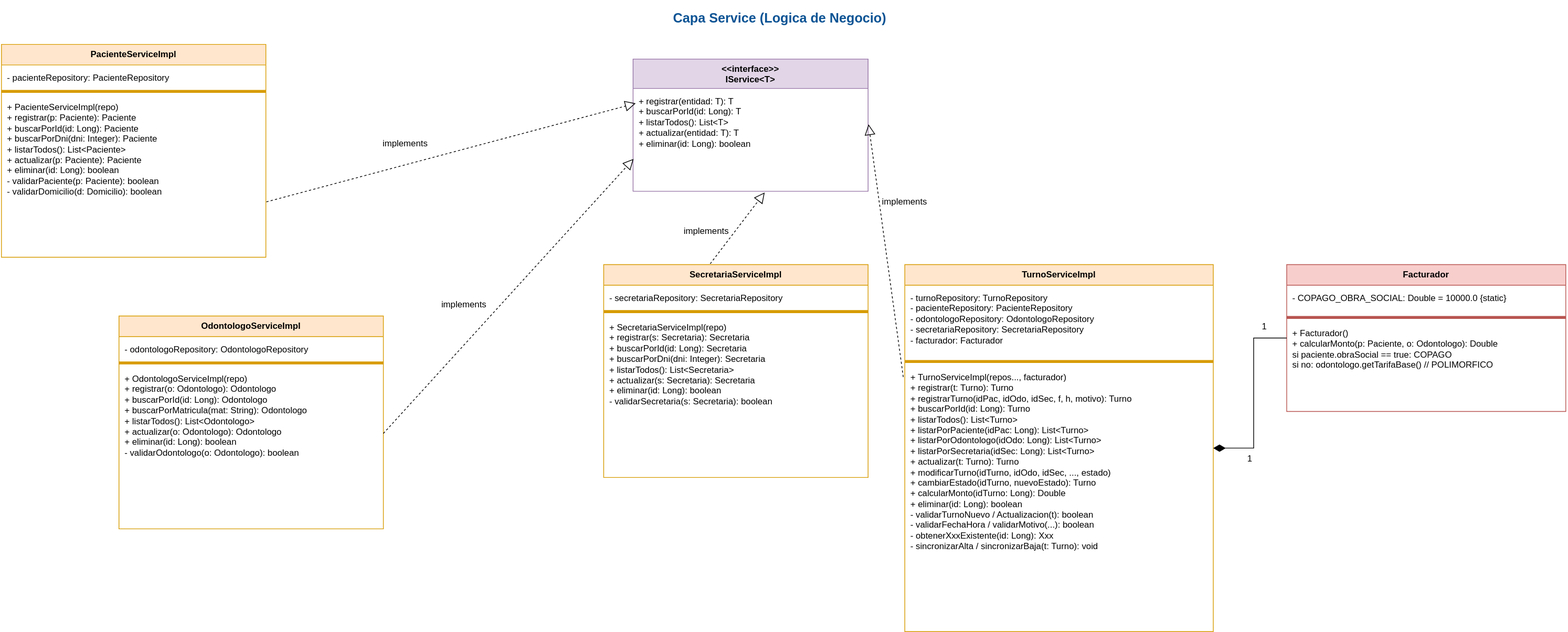
This is uml_Service.drawio.svg from bautista00/Proyecto_ClinicaOdontologica, a draw.io export, as it was before one commit. Source tidied: cells renumbered, new cells last; positions are measured from the earlier drawing's top-left corner, leaving out a move shared by most shapes.
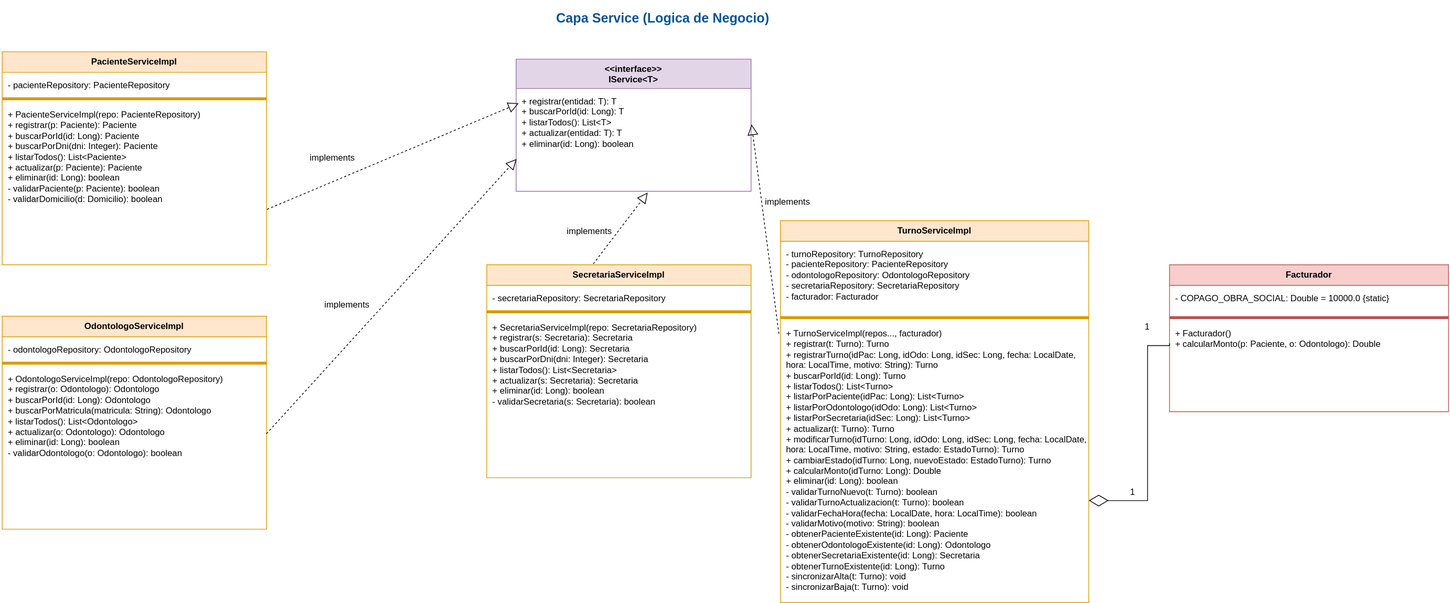
Above is the later version.

What changed in the source:
```diff
@@ -12,7 +12,7 @@
       <mxGeometry y="40" width="320" height="140" as="geometry" />
     </mxCell>
     <mxCell id="5" value="PacienteServiceImpl" style="swimlane;fontStyle=1;align=center;verticalAlign=top;horizontal=1;startSize=28;horizontalStackLayout=0;fillColor=#ffe6cc;strokeColor=#d79b00;" parent="1" vertex="1">
-      <mxGeometry y="60" width="360" height="290" as="geometry" />
+      <mxGeometry x="160" y="70" width="360" height="290" as="geometry" />
     </mxCell>
     <mxCell id="6" value="- pacienteRepository: PacienteRepository" style="text;strokeColor=none;fillColor=none;align=left;verticalAlign=top;spacingLeft=6;spacingTop=4;whiteSpace=wrap;" parent="5" vertex="1">
       <mxGeometry y="28" width="360" height="32" as="geometry" />
@@ -20,7 +20,7 @@
     <mxCell id="7" style="line;strokeColor=#d79b00;" parent="5" vertex="1">
       <mxGeometry y="60" width="360" height="8" as="geometry" />
     </mxCell>
-    <mxCell id="8" value="+ PacienteServiceImpl(repo)&#10;+ registrar(p: Paciente): Paciente&#10;+ buscarPorId(id: Long): Paciente&#10;+ buscarPorDni(dni: Integer): Paciente&#10;+ listarTodos(): List&lt;Paciente&gt;&#10;+ actualizar(p: Paciente): Paciente&#10;+ eliminar(id: Long): boolean&#10;- validarPaciente(p: Paciente): boolean&#10;- validarDomicilio(d: Domicilio): boolean" style="text;strokeColor=none;fillColor=none;align=left;verticalAlign=top;spacingLeft=6;spacingTop=4;whiteSpace=wrap;" parent="5" vertex="1">
+    <mxCell id="8" value="+ PacienteServiceImpl(repo: PacienteRepository)&#10;+ registrar(p: Paciente): Paciente&#10;+ buscarPorId(id: Long): Paciente&#10;+ buscarPorDni(dni: Integer): Paciente&#10;+ listarTodos(): List&lt;Paciente&gt;&#10;+ actualizar(p: Paciente): Paciente&#10;+ eliminar(id: Long): boolean&#10;- validarPaciente(p: Paciente): boolean&#10;- validarDomicilio(d: Domicilio): boolean" style="text;strokeColor=none;fillColor=none;align=left;verticalAlign=top;spacingLeft=6;spacingTop=4;whiteSpace=wrap;" parent="5" vertex="1">
       <mxGeometry y="68" width="360" height="222" as="geometry" />
     </mxCell>
     <mxCell id="9" value="OdontologoServiceImpl" style="swimlane;fontStyle=1;align=center;verticalAlign=top;horizontal=1;startSize=28;horizontalStackLayout=0;fillColor=#ffe6cc;strokeColor=#d79b00;" parent="1" vertex="1">
@@ -32,7 +32,7 @@
     <mxCell id="11" style="line;strokeColor=#d79b00;" parent="9" vertex="1">
       <mxGeometry y="60" width="360" height="8" as="geometry" />
     </mxCell>
-    <mxCell id="12" value="+ OdontologoServiceImpl(repo)&#10;+ registrar(o: Odontologo): Odontologo&#10;+ buscarPorId(id: Long): Odontologo&#10;+ buscarPorMatricula(mat: String): Odontologo&#10;+ listarTodos(): List&lt;Odontologo&gt;&#10;+ actualizar(o: Odontologo): Odontologo&#10;+ eliminar(id: Long): boolean&#10;- validarOdontologo(o: Odontologo): boolean" style="text;strokeColor=none;fillColor=none;align=left;verticalAlign=top;spacingLeft=6;spacingTop=4;whiteSpace=wrap;" parent="9" vertex="1">
+    <mxCell id="12" value="+ OdontologoServiceImpl(repo: OdontologoRepository)&#10;+ registrar(o: Odontologo): Odontologo&#10;+ buscarPorId(id: Long): Odontologo&#10;+ buscarPorMatricula(matricula: String): Odontologo&#10;+ listarTodos(): List&lt;Odontologo&gt;&#10;+ actualizar(o: Odontologo): Odontologo&#10;+ eliminar(id: Long): boolean&#10;- validarOdontologo(o: Odontologo): boolean" style="text;strokeColor=none;fillColor=none;align=left;verticalAlign=top;spacingLeft=6;spacingTop=4;whiteSpace=wrap;" parent="9" vertex="1">
       <mxGeometry y="68" width="360" height="222" as="geometry" />
     </mxCell>
     <mxCell id="13" value="SecretariaServiceImpl" style="swimlane;fontStyle=1;align=center;verticalAlign=top;horizontal=1;startSize=28;horizontalStackLayout=0;fillColor=#ffe6cc;strokeColor=#d79b00;" parent="1" vertex="1">
@@ -44,11 +44,11 @@
     <mxCell id="15" style="line;strokeColor=#d79b00;" parent="13" vertex="1">
       <mxGeometry y="60" width="360" height="8" as="geometry" />
     </mxCell>
-    <mxCell id="16" value="+ SecretariaServiceImpl(repo)&#10;+ registrar(s: Secretaria): Secretaria&#10;+ buscarPorId(id: Long): Secretaria&#10;+ buscarPorDni(dni: Integer): Secretaria&#10;+ listarTodos(): List&lt;Secretaria&gt;&#10;+ actualizar(s: Secretaria): Secretaria&#10;+ eliminar(id: Long): boolean&#10;- validarSecretaria(s: Secretaria): boolean" style="text;strokeColor=none;fillColor=none;align=left;verticalAlign=top;spacingLeft=6;spacingTop=4;whiteSpace=wrap;" parent="13" vertex="1">
+    <mxCell id="16" value="+ SecretariaServiceImpl(repo: SecretariaRepository)&#10;+ registrar(s: Secretaria): Secretaria&#10;+ buscarPorId(id: Long): Secretaria&#10;+ buscarPorDni(dni: Integer): Secretaria&#10;+ listarTodos(): List&lt;Secretaria&gt;&#10;+ actualizar(s: Secretaria): Secretaria&#10;+ eliminar(id: Long): boolean&#10;- validarSecretaria(s: Secretaria): boolean" style="text;strokeColor=none;fillColor=none;align=left;verticalAlign=top;spacingLeft=6;spacingTop=4;whiteSpace=wrap;" parent="13" vertex="1">
       <mxGeometry y="68" width="360" height="222" as="geometry" />
     </mxCell>
     <mxCell id="17" value="TurnoServiceImpl" style="swimlane;fontStyle=1;align=center;verticalAlign=top;horizontal=1;startSize=28;horizontalStackLayout=0;fillColor=#ffe6cc;strokeColor=#d79b00;" parent="1" vertex="1">
-      <mxGeometry x="1230" y="360" width="420" height="500" as="geometry" />
+      <mxGeometry x="1220" y="300" width="420" height="520" as="geometry" />
     </mxCell>
     <mxCell id="18" value="- turnoRepository: TurnoRepository&#10;- pacienteRepository: PacienteRepository&#10;- odontologoRepository: OdontologoRepository&#10;- secretariaRepository: SecretariaRepository&#10;- facturador: Facturador" style="text;strokeColor=none;fillColor=none;align=left;verticalAlign=top;spacingLeft=6;spacingTop=4;whiteSpace=wrap;" parent="17" vertex="1">
       <mxGeometry y="28" width="420" height="100" as="geometry" />
@@ -56,8 +56,8 @@
     <mxCell id="19" style="line;strokeColor=#d79b00;" parent="17" vertex="1">
       <mxGeometry y="128" width="420" height="8" as="geometry" />
     </mxCell>
-    <mxCell id="20" value="+ TurnoServiceImpl(repos..., facturador)&#10;+ registrar(t: Turno): Turno&#10;+ registrarTurno(idPac, idOdo, idSec, f, h, motivo): Turno&#10;+ buscarPorId(id: Long): Turno&#10;+ listarTodos(): List&lt;Turno&gt;&#10;+ listarPorPaciente(idPac: Long): List&lt;Turno&gt;&#10;+ listarPorOdontologo(idOdo: Long): List&lt;Turno&gt;&#10;+ listarPorSecretaria(idSec: Long): List&lt;Turno&gt;&#10;+ actualizar(t: Turno): Turno&#10;+ modificarTurno(idTurno, idOdo, idSec, ..., estado)&#10;+ cambiarEstado(idTurno, nuevoEstado): Turno&#10;+ calcularMonto(idTurno: Long): Double&#10;+ eliminar(id: Long): boolean&#10;- validarTurnoNuevo / Actualizacion(t): boolean&#10;- validarFechaHora / validarMotivo(...): boolean&#10;- obtenerXxxExistente(id: Long): Xxx&#10;- sincronizarAlta / sincronizarBaja(t: Turno): void" style="text;strokeColor=none;fillColor=none;align=left;verticalAlign=top;spacingLeft=6;spacingTop=4;whiteSpace=wrap;" parent="17" vertex="1">
-      <mxGeometry y="136" width="420" height="364" as="geometry" />
+    <mxCell id="20" value="+ TurnoServiceImpl(repos..., facturador)&#10;+ registrar(t: Turno): Turno&#10;+ registrarTurno(idPac: Long, idOdo: Long, idSec: Long, fecha: LocalDate, hora: LocalTime, motivo: String): Turno&#10;+ buscarPorId(id: Long): Turno&#10;+ listarTodos(): List&lt;Turno&gt;&#10;+ listarPorPaciente(idPac: Long): List&lt;Turno&gt;&#10;+ listarPorOdontologo(idOdo: Long): List&lt;Turno&gt;&#10;+ listarPorSecretaria(idSec: Long): List&lt;Turno&gt;&#10;+ actualizar(t: Turno): Turno&#10;+ modificarTurno(idTurno: Long, idOdo: Long, idSec: Long, fecha: LocalDate, hora: LocalTime, motivo: String, estado: EstadoTurno): Turno&#10;+ cambiarEstado(idTurno: Long, nuevoEstado: EstadoTurno): Turno&#10;+ calcularMonto(idTurno: Long): Double&#10;+ eliminar(id: Long): boolean&#10;- validarTurnoNuevo(t: Turno): boolean&#10;- validarTurnoActualizacion(t: Turno): boolean&#10;- validarFechaHora(fecha: LocalDate, hora: LocalTime): boolean&#10;- validarMotivo(motivo: String): boolean&#10;- obtenerPacienteExistente(id: Long): Paciente&#10;- obtenerOdontologoExistente(id: Long): Odontologo&#10;- obtenerSecretariaExistente(id: Long): Secretaria&#10;- obtenerTurnoExistente(id: Long): Turno&#10;- sincronizarAlta(t: Turno): void&#10;- sincronizarBaja(t: Turno): void&#10;" style="text;strokeColor=none;fillColor=none;align=left;verticalAlign=top;spacingLeft=6;spacingTop=4;whiteSpace=wrap;" parent="17" vertex="1">
+      <mxGeometry y="136" width="420" height="384" as="geometry" />
     </mxCell>
     <mxCell id="21" value="Facturador" style="swimlane;fontStyle=1;align=center;verticalAlign=top;horizontal=1;startSize=28;horizontalStackLayout=0;fillColor=#f8cecc;strokeColor=#b85450;" parent="1" vertex="1">
       <mxGeometry x="1750" y="360" width="380" height="200" as="geometry" />
@@ -68,12 +68,9 @@
     <mxCell id="23" style="line;strokeColor=#b85450;" parent="21" vertex="1">
       <mxGeometry y="68" width="380" height="8" as="geometry" />
     </mxCell>
-    <mxCell id="24" value="+ Facturador()&#10;+ calcularMonto(p: Paciente, o: Odontologo): Double&#10;   si paciente.obraSocial == true: COPAGO&#10;   si no: odontologo.getTarifaBase()  // POLIMORFICO" style="text;strokeColor=none;fillColor=none;align=left;verticalAlign=top;spacingLeft=6;spacingTop=4;whiteSpace=wrap;" parent="21" vertex="1">
+    <mxCell id="24" value="+ Facturador()&#10;+ calcularMonto(p: Paciente, o: Odontologo): Double&#10;&#10;" style="text;strokeColor=none;fillColor=none;align=left;verticalAlign=top;spacingLeft=6;spacingTop=4;whiteSpace=wrap;" parent="21" vertex="1">
       <mxGeometry y="76" width="380" height="124" as="geometry" />
     </mxCell>
-    <mxCell id="25" style="edgeStyle=orthogonalEdgeStyle;rounded=0;jettySize=auto;html=1;startArrow=diamondThin;startFill=1;startSize=14;endArrow=none;strokeColor=#000000;" parent="1" edge="1" source="17" target="21">
-      <mxGeometry relative="1" as="geometry" />
-    </mxCell>
     <mxCell id="26" style="endArrow=block;dashed=1;endFill=0;endSize=12;html=1;rounded=0;entryX=0.002;entryY=0.686;entryDx=0;entryDy=0;entryPerimeter=0;" parent="1" edge="1" target="4">
       <mxGeometry relative="1" as="geometry">
         <mxPoint x="520" y="590" as="sourcePoint" />
@@ -92,10 +89,10 @@
       <mxGeometry x="1690" y="430" width="60" height="30" as="geometry" />
     </mxCell>
     <mxCell id="31" value="1" style="text;html=1;whiteSpace=wrap;strokeColor=none;fillColor=none;align=center;verticalAlign=middle;rounded=0;" parent="1" vertex="1">
-      <mxGeometry x="1670" y="610" width="60" height="30" as="geometry" />
+      <mxGeometry x="1680" y="660" width="40" height="20" as="geometry" />
     </mxCell>
     <mxCell id="32" value="implements" style="text;html=1;whiteSpace=wrap;strokeColor=none;fillColor=none;align=center;verticalAlign=middle;rounded=0;" parent="1" vertex="1">
-      <mxGeometry x="520" y="180" width="60" height="30" as="geometry" />
+      <mxGeometry x="580" y="200" width="60" height="30" as="geometry" />
     </mxCell>
     <mxCell id="33" value="implements" style="text;html=1;whiteSpace=wrap;strokeColor=none;fillColor=none;align=center;verticalAlign=middle;rounded=0;" parent="1" vertex="1">
       <mxGeometry x="930" y="300" width="60" height="30" as="geometry" />
@@ -106,5 +103,14 @@
     <mxCell id="35" value="implements" style="text;html=1;whiteSpace=wrap;strokeColor=none;fillColor=none;align=center;verticalAlign=middle;rounded=0;" parent="1" vertex="1">
       <mxGeometry x="600" y="400" width="60" height="30" as="geometry" />
     </mxCell>
+    <mxCell id="36" style="endArrow=diamondThin;endFill=0;endSize=24;html=1;rounded=0;exitX=0;exitY=0.25;exitDx=0;exitDy=0;edgeStyle=orthogonalEdgeStyle;" parent="1" edge="1" source="24" target="20">
+      <mxGeometry relative="1" as="geometry">
+        <Array as="points">
+          <mxPoint x="1750" y="470" />
+          <mxPoint x="1720" y="470" />
+          <mxPoint x="1720" y="681" />
+        </Array>
+      </mxGeometry>
+    </mxCell>
   </root>
 </mxGraphModel>
```
